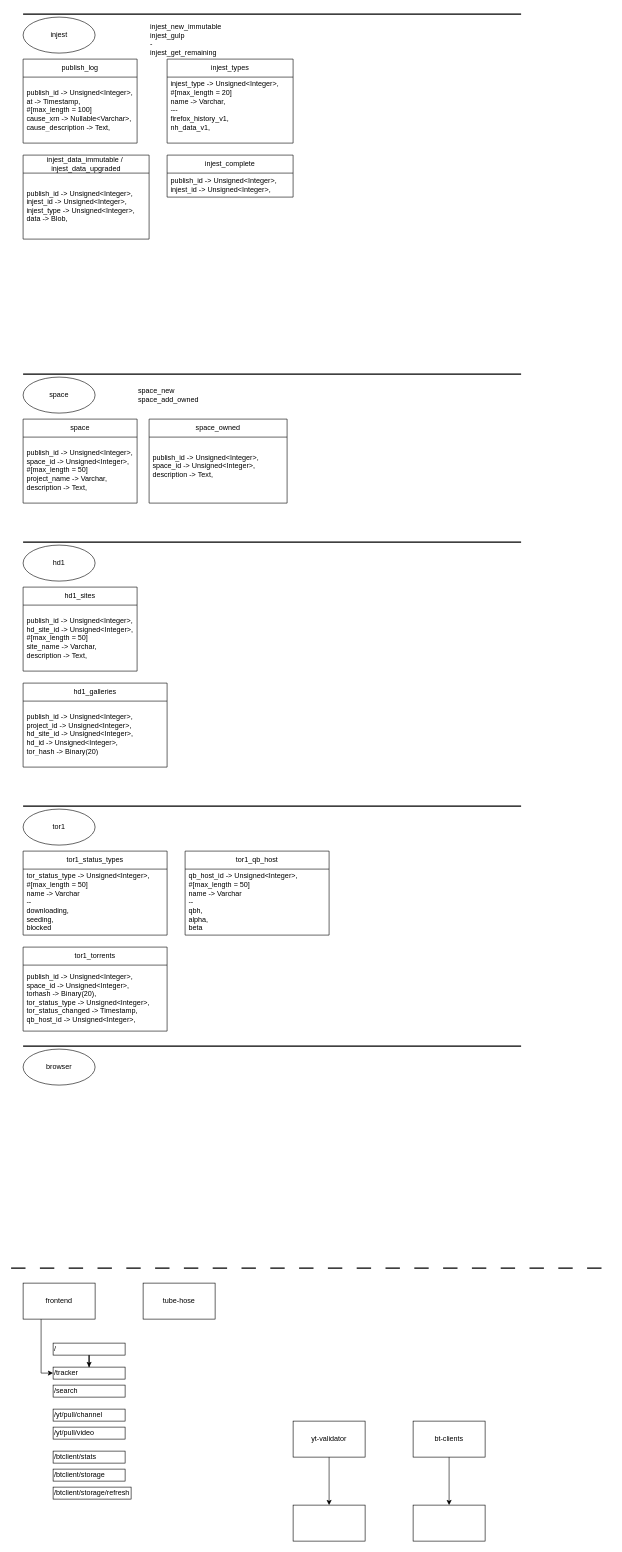
This is shiori.drawio from TheLQ/tako-diagrams, a draw.io file, before an edit. Source tidied: cells renumbered, new cells numbered last; positions are measured from the earlier drawing's top-left corner, leaving out a move shared by most shapes. Both pictures are drawn from the tidied source at 60%, with x=0, y=0 at pixel (11, 11).
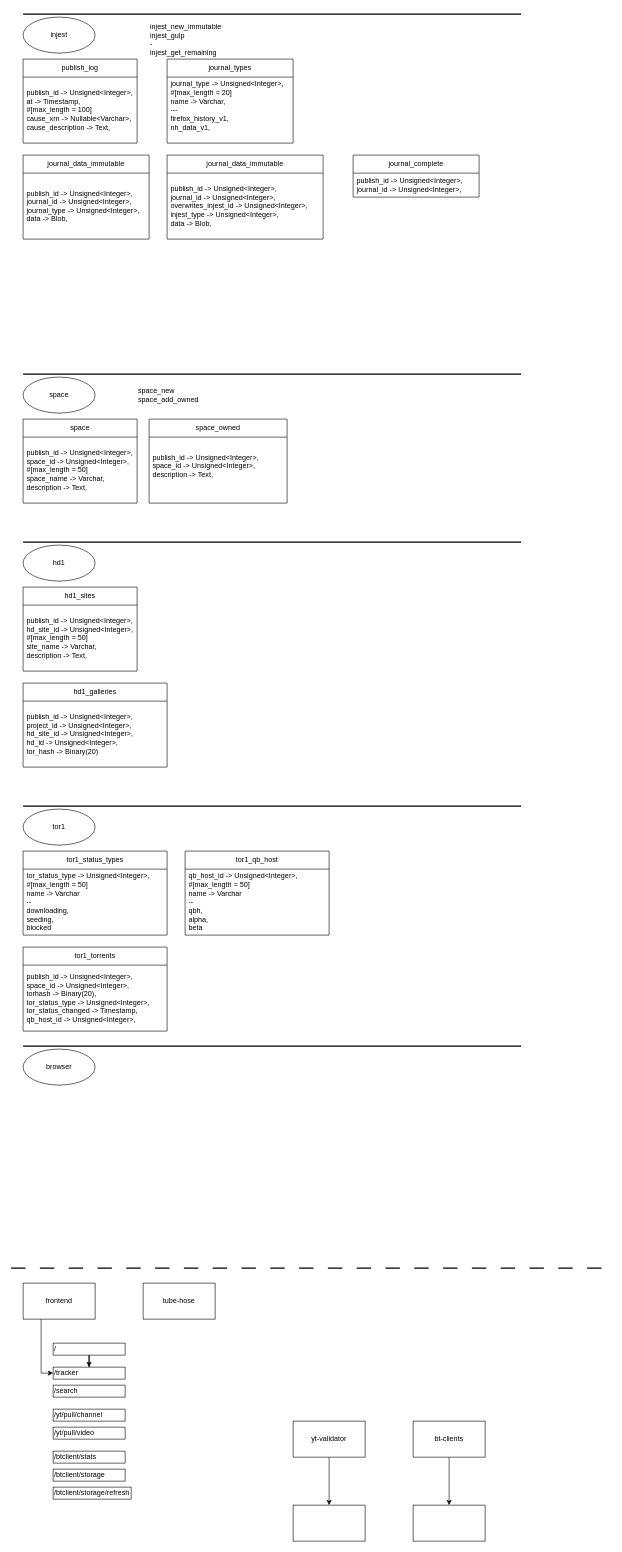
Above is the later version.

Unchanged cells that the change refers to:
```xml
<mxCell id="22" value="space" style="swimlane;fontStyle=0;horizontal=1;startSize=30;whiteSpace=wrap;html=1;" parent="1" vertex="1">
  <mxGeometry x="20" y="680" width="190" height="140" as="geometry" />
</mxCell>
```

What changed in the source:
```diff
@@
-    <mxCell id="23" value="&lt;div&gt;&lt;div&gt;publish_id&amp;nbsp;-&amp;gt; Unsigned&amp;lt;Integer&amp;gt;,&lt;/div&gt;&lt;/div&gt;&lt;div&gt;space_id -&amp;gt; Unsigned&amp;lt;Integer&amp;gt;,&lt;/div&gt;&lt;div&gt;#[max_length = 50]&lt;/div&gt;project_name -&amp;gt; Varchar,&lt;br&gt;description -&amp;gt; Text," style="text;strokeColor=none;fillColor=none;align=left;verticalAlign=middle;spacingLeft=4;spacingRight=4;overflow=hidden;whiteSpace=wrap;html=1;" parent="22" vertex="1">
+    <mxCell id="23" value="&lt;div&gt;&lt;div&gt;publish_id&amp;nbsp;-&amp;gt; Unsigned&amp;lt;Integer&amp;gt;,&lt;/div&gt;&lt;/div&gt;&lt;div&gt;space_id -&amp;gt; Unsigned&amp;lt;Integer&amp;gt;,&lt;/div&gt;&lt;div&gt;#[max_length = 50]&lt;/div&gt;space_name -&amp;gt; Varchar,&lt;br&gt;description -&amp;gt; Text," style="text;strokeColor=none;fillColor=none;align=left;verticalAlign=middle;spacingLeft=4;spacingRight=4;overflow=hidden;whiteSpace=wrap;html=1;" parent="22" vertex="1">
       <mxGeometry y="30" width="190" height="110" as="geometry" />
     </mxCell>
@@
-    <mxCell id="28" value="injest_data_immutable /&amp;nbsp;&lt;br&gt;injest_data_upgraded" style="swimlane;fontStyle=0;horizontal=1;startSize=30;whiteSpace=wrap;html=1;" parent="1" vertex="1">
+    <mxCell id="28" value="journal_data_immutable" style="swimlane;fontStyle=0;horizontal=1;startSize=30;whiteSpace=wrap;html=1;" parent="1" vertex="1">
       <mxGeometry x="20" y="240" width="210" height="140" as="geometry" />
     </mxCell>
-    <mxCell id="29" value="&lt;div&gt;publish_id&amp;nbsp;-&amp;gt; Unsigned&amp;lt;Integer&amp;gt;,&lt;/div&gt;&lt;div&gt;injest_id -&amp;gt; Unsigned&amp;lt;Integer&amp;gt;,&lt;/div&gt;&lt;div&gt;&lt;div&gt;injest_type -&amp;gt; Unsigned&amp;lt;Integer&amp;gt;,&lt;/div&gt;data -&amp;gt; Blob,&lt;/div&gt;" style="text;strokeColor=none;fillColor=none;align=left;verticalAlign=middle;spacingLeft=4;spacingRight=4;overflow=hidden;whiteSpace=wrap;html=1;" parent="28" vertex="1">
+    <mxCell id="29" value="&lt;div&gt;publish_id&amp;nbsp;-&amp;gt; Unsigned&amp;lt;Integer&amp;gt;,&lt;/div&gt;&lt;div&gt;journal_id -&amp;gt; Unsigned&amp;lt;Integer&amp;gt;,&lt;/div&gt;&lt;div&gt;&lt;div&gt;journal_type -&amp;gt; Unsigned&amp;lt;Integer&amp;gt;,&lt;/div&gt;data -&amp;gt; Blob,&lt;/div&gt;" style="text;strokeColor=none;fillColor=none;align=left;verticalAlign=middle;spacingLeft=4;spacingRight=4;overflow=hidden;whiteSpace=wrap;html=1;" parent="28" vertex="1">
       <mxGeometry y="30" width="210" height="110" as="geometry" />
     </mxCell>
-    <mxCell id="30" value="injest_types" style="swimlane;fontStyle=0;horizontal=1;startSize=30;whiteSpace=wrap;html=1;" parent="1" vertex="1">
+    <mxCell id="30" value="journal_types" style="swimlane;fontStyle=0;horizontal=1;startSize=30;whiteSpace=wrap;html=1;" parent="1" vertex="1">
       <mxGeometry x="260" y="80" width="210" height="140" as="geometry" />
     </mxCell>
-    <mxCell id="31" value="&lt;div&gt;injest_type -&amp;gt; Unsigned&amp;lt;Integer&amp;gt;,&lt;/div&gt;&lt;div&gt;#[max_length = 20]&lt;/div&gt;&lt;div&gt;name -&amp;gt; Varchar,&lt;br&gt;---&lt;/div&gt;&lt;div&gt;firefox_history_v1,&lt;/div&gt;&lt;div&gt;nh_data_v1,&lt;/div&gt;&lt;div&gt;&lt;br&gt;&lt;/div&gt;" style="text;strokeColor=none;fillColor=none;align=left;verticalAlign=middle;spacingLeft=4;spacingRight=4;overflow=hidden;whiteSpace=wrap;html=1;" parent="30" vertex="1">
+    <mxCell id="31" value="&lt;div&gt;journal_type -&amp;gt; Unsigned&amp;lt;Integer&amp;gt;,&lt;/div&gt;&lt;div&gt;#[max_length = 20]&lt;/div&gt;&lt;div&gt;name -&amp;gt; Varchar,&lt;br&gt;---&lt;/div&gt;&lt;div&gt;firefox_history_v1,&lt;/div&gt;&lt;div&gt;nh_data_v1,&lt;/div&gt;&lt;div&gt;&lt;br&gt;&lt;/div&gt;" style="text;strokeColor=none;fillColor=none;align=left;verticalAlign=middle;spacingLeft=4;spacingRight=4;overflow=hidden;whiteSpace=wrap;html=1;" parent="30" vertex="1">
       <mxGeometry y="30" width="210" height="110" as="geometry" />
     </mxCell>
@@
-    <mxCell id="42" value="injest_complete" style="swimlane;fontStyle=0;horizontal=1;startSize=30;whiteSpace=wrap;html=1;" parent="1" vertex="1">
-      <mxGeometry x="260" y="240" width="210" height="70" as="geometry" />
+    <mxCell id="42" value="journal_complete" style="swimlane;fontStyle=0;horizontal=1;startSize=30;whiteSpace=wrap;html=1;" parent="1" vertex="1">
+      <mxGeometry x="570" y="240" width="210" height="70" as="geometry" />
     </mxCell>
-    <mxCell id="43" value="&lt;div&gt;&lt;div&gt;publish_id&amp;nbsp;-&amp;gt; Unsigned&amp;lt;Integer&amp;gt;,&lt;/div&gt;&lt;/div&gt;&lt;div&gt;injest_id -&amp;gt; Unsigned&amp;lt;Integer&amp;gt;,&lt;/div&gt;" style="text;strokeColor=none;fillColor=none;align=left;verticalAlign=middle;spacingLeft=4;spacingRight=4;overflow=hidden;whiteSpace=wrap;html=1;" parent="42" vertex="1">
+    <mxCell id="43" value="&lt;div&gt;&lt;div&gt;publish_id&amp;nbsp;-&amp;gt; Unsigned&amp;lt;Integer&amp;gt;,&lt;/div&gt;&lt;/div&gt;&lt;div&gt;journal_id -&amp;gt; Unsigned&amp;lt;Integer&amp;gt;,&lt;/div&gt;" style="text;strokeColor=none;fillColor=none;align=left;verticalAlign=middle;spacingLeft=4;spacingRight=4;overflow=hidden;whiteSpace=wrap;html=1;" parent="42" vertex="1">
       <mxGeometry y="30" width="210" height="40" as="geometry" />
     </mxCell>
@@
+    <mxCell id="55" value="journal_data_immutable" style="swimlane;fontStyle=0;horizontal=1;startSize=30;whiteSpace=wrap;html=1;" parent="1" vertex="1">
+      <mxGeometry x="260" y="240" width="260" height="140" as="geometry" />
+    </mxCell>
+    <mxCell id="56" value="&lt;div&gt;publish_id&amp;nbsp;-&amp;gt; Unsigned&amp;lt;Integer&amp;gt;,&lt;/div&gt;&lt;div&gt;journal_id -&amp;gt; Unsigned&amp;lt;Integer&amp;gt;,&lt;/div&gt;&lt;div&gt;overwrites_injest_id -&amp;gt; Unsigned&amp;lt;Integer&amp;gt;,&lt;/div&gt;&lt;div&gt;&lt;div&gt;injest_type -&amp;gt; Unsigned&amp;lt;Integer&amp;gt;,&lt;/div&gt;data -&amp;gt; Blob,&lt;/div&gt;" style="text;strokeColor=none;fillColor=none;align=left;verticalAlign=middle;spacingLeft=4;spacingRight=4;overflow=hidden;whiteSpace=wrap;html=1;" parent="55" vertex="1">
+      <mxGeometry y="30" width="260" height="110" as="geometry" />
+    </mxCell>
```
